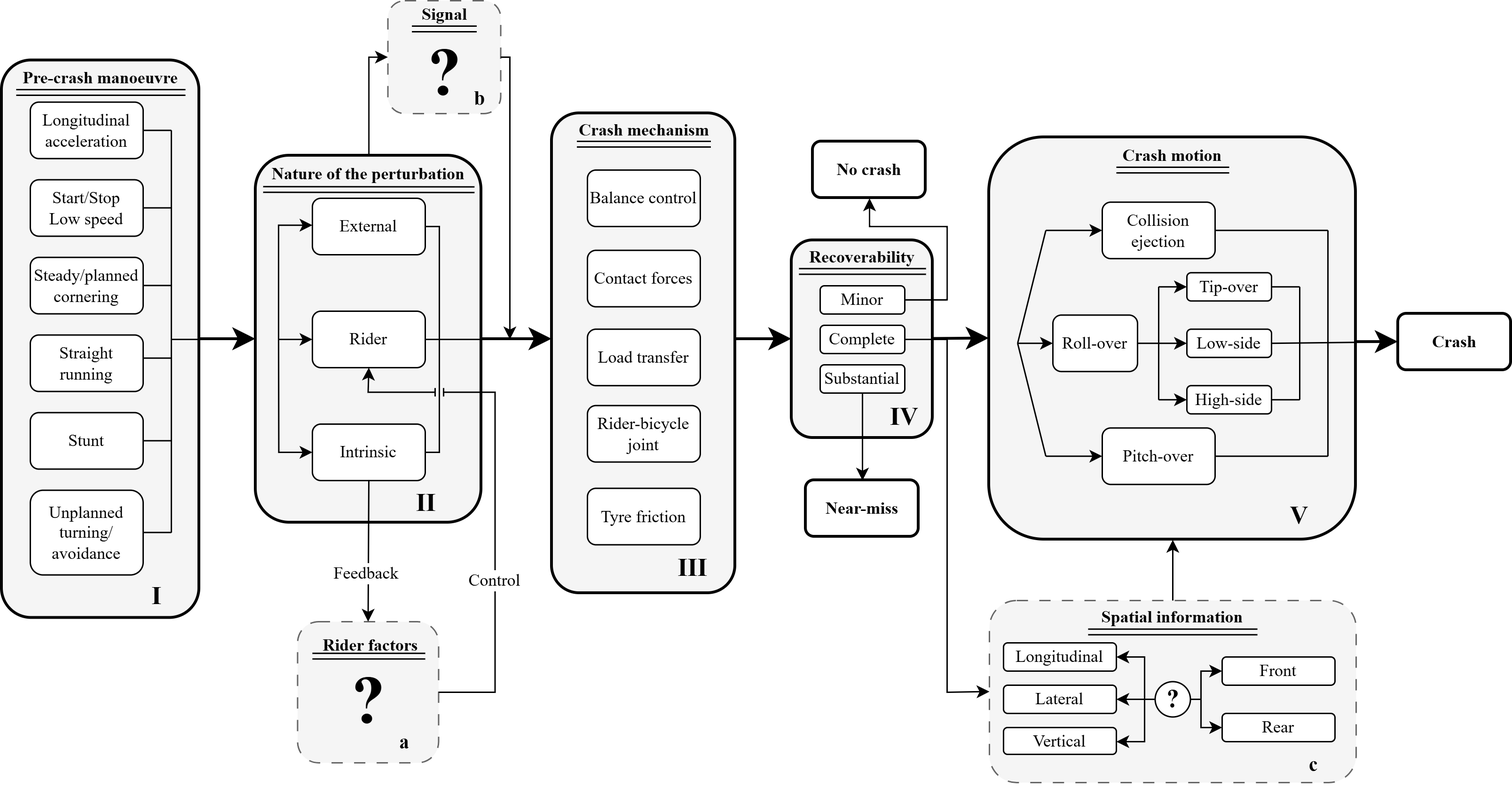
Before: Images/class-mindmap-v13.png, a diagram exported from draw.io (Eimolgon/sequential-scc-classification). Source tidied: cells renumbered, new cells last; positions are measured from the earlier drawing's top-left corner, leaving out a move shared by most shapes.
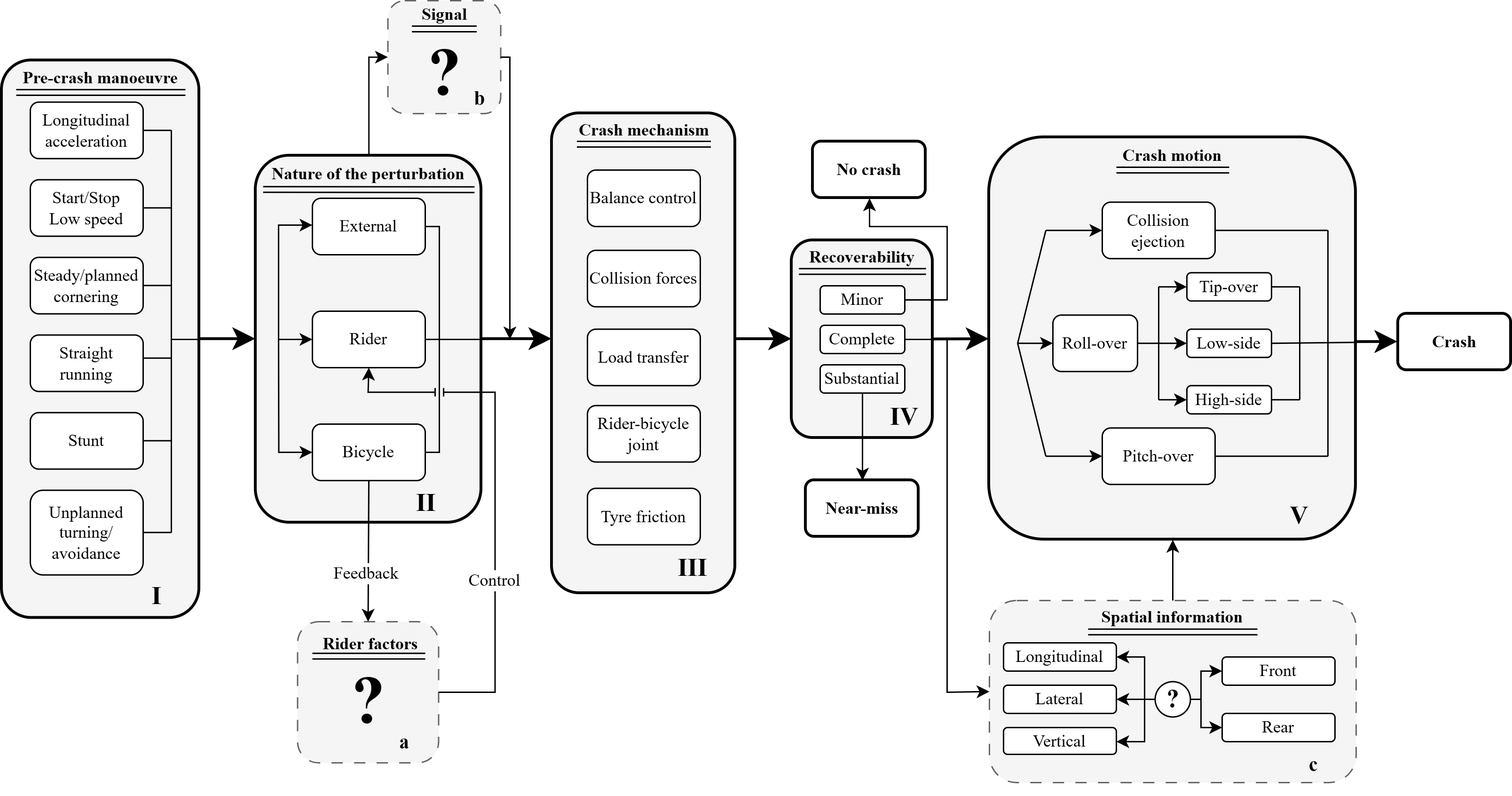
After the change.

Change to the diagram source:
```diff
@@ -32,7 +32,7 @@
     <mxCell id="11" value="&lt;div&gt;Roll-over&lt;/div&gt;" style="rounded=1;whiteSpace=wrap;html=1;fontFamily=Times New Roman;" parent="1" vertex="1">
       <mxGeometry x="745" y="222.8" width="60" height="40" as="geometry" />
     </mxCell>
-    <mxCell id="12" value="&lt;div&gt;Intrinsic&lt;/div&gt;" style="rounded=1;whiteSpace=wrap;html=1;fontFamily=Times New Roman;" parent="1" vertex="1">
+    <mxCell id="12" value="&lt;div&gt;Bicycle&lt;/div&gt;" style="rounded=1;whiteSpace=wrap;html=1;fontFamily=Times New Roman;" parent="1" vertex="1">
       <mxGeometry x="220" y="300" width="80" height="40" as="geometry" />
     </mxCell>
     <mxCell id="13" value="&lt;div&gt;High-side&lt;/div&gt;" style="rounded=1;whiteSpace=wrap;html=1;fontFamily=Times New Roman;" parent="1" vertex="1">
@@ -105,7 +105,7 @@
     <mxCell id="30" value="Tyre friction" style="rounded=1;whiteSpace=wrap;html=1;fontFamily=Times New Roman;" parent="1" vertex="1">
       <mxGeometry x="415" y="345.5" width="80" height="40" as="geometry" />
     </mxCell>
-    <mxCell id="31" value="Contact forces" style="rounded=1;whiteSpace=wrap;html=1;fontFamily=Times New Roman;" parent="1" vertex="1">
+    <mxCell id="31" value="Collision forces" style="rounded=1;whiteSpace=wrap;html=1;fontFamily=Times New Roman;" parent="1" vertex="1">
       <mxGeometry x="415" y="176.9" width="80" height="40" as="geometry" />
     </mxCell>
     <mxCell id="32" value="Rider-bicycle joint" style="rounded=1;whiteSpace=wrap;html=1;fontFamily=Times New Roman;" parent="1" vertex="1">
@@ -222,8 +222,11 @@
         <mxPoint x="920" y="202.8" as="targetPoint" />
       </mxGeometry>
     </mxCell>
-    <mxCell id="58" style="endArrow=classic;html=1;rounded=0;entryX=0;entryY=0.5;entryDx=0;entryDy=0;exitX=1.001;exitY=0.509;exitDx=0;exitDy=0;endSize=10;strokeWidth=2;exitPerimeter=0;" parent="1" edge="1" source="2" target="9">
-      <mxGeometry relative="1" as="geometry" />
+    <mxCell id="58" style="endArrow=classic;html=1;rounded=0;entryX=0;entryY=0.5;entryDx=0;entryDy=0;exitX=1.001;exitY=0.509;exitDx=0;exitDy=0;endSize=10;strokeWidth=2;exitPerimeter=0;" parent="1" edge="1">
+      <mxGeometry relative="1" as="geometry">
+        <mxPoint x="960" y="242" as="sourcePoint" />
+        <mxPoint x="989.7" y="242" as="targetPoint" />
+      </mxGeometry>
     </mxCell>
     <mxCell id="59" style="endArrow=classic;html=1;rounded=0;entryX=0;entryY=0.5;entryDx=0;entryDy=0;" parent="1" edge="1" target="11">
       <mxGeometry relative="1" as="geometry">
@@ -252,9 +255,10 @@
         <mxPoint x="720" y="242.8" as="targetPoint" />
       </mxGeometry>
     </mxCell>
-    <mxCell id="64" style="endArrow=classic;html=1;rounded=0;entryX=0;entryY=0.5;entryDx=0;entryDy=0;endSize=10;strokeWidth=2;" parent="1" edge="1" target="2">
+    <mxCell id="64" style="endArrow=classic;html=1;rounded=0;endSize=10;strokeWidth=2;" parent="1" edge="1">
       <mxGeometry relative="1" as="geometry">
-        <mxPoint x="640" y="240" as="sourcePoint" />
+        <mxPoint x="640" y="240.2" as="sourcePoint" />
+        <mxPoint x="700" y="240" as="targetPoint" />
       </mxGeometry>
     </mxCell>
     <mxCell id="65" style="endArrow=classic;html=1;rounded=0;entryX=0;entryY=0.5;entryDx=0;entryDy=0;" parent="1" edge="1" target="7">
@@ -322,9 +326,13 @@
     <mxCell id="80" style="endArrow=none;html=1;rounded=0;exitX=1;exitY=0.5;exitDx=0;exitDy=0;entryX=1;entryY=0.5;entryDx=0;entryDy=0;" parent="1" edge="1" source="21" target="4">
       <mxGeometry relative="1" as="geometry" />
     </mxCell>
-    <mxCell id="81" style="endArrow=classic;html=1;rounded=0;strokeWidth=2;endSize=10;exitX=1;exitY=0.5;exitDx=0;exitDy=0;" parent="1" edge="1" source="4">
+    <mxCell id="81" style="endArrow=classic;html=1;rounded=0;strokeWidth=2;endSize=10;exitX=1;exitY=0.5;exitDx=0;exitDy=0;" parent="1" edge="1">
       <mxGeometry relative="1" as="geometry">
+        <mxPoint x="340" y="240" as="sourcePoint" />
         <mxPoint x="390" y="240" as="targetPoint" />
+        <Array as="points">
+          <mxPoint x="350" y="240" />
+        </Array>
       </mxGeometry>
     </mxCell>
     <mxCell id="82" style="endArrow=classic;html=1;rounded=0;exitX=1;exitY=0.5;exitDx=0;exitDy=0;" parent="1" edge="1" source="5">
@@ -377,8 +385,11 @@
         <mxPoint x="120" y="376.8" as="targetPoint" />
       </mxGeometry>
     </mxCell>
-    <mxCell id="90" style="endArrow=classic;html=1;rounded=0;entryX=0;entryY=0.5;entryDx=0;entryDy=0;exitX=1;exitY=0.5;exitDx=0;exitDy=0;strokeWidth=2;endSize=10;" parent="1" edge="1" source="3" target="4">
-      <mxGeometry relative="1" as="geometry" />
+    <mxCell id="90" style="endArrow=classic;html=1;rounded=0;entryX=0;entryY=0.5;entryDx=0;entryDy=0;exitX=1;exitY=0.5;exitDx=0;exitDy=0;strokeWidth=2;endSize=10;" parent="1" edge="1">
+      <mxGeometry relative="1" as="geometry">
+        <mxPoint x="140" y="240" as="sourcePoint" />
+        <mxPoint x="180" y="240" as="targetPoint" />
+      </mxGeometry>
     </mxCell>
     <mxCell id="91" style="endArrow=none;html=1;rounded=0;entryX=1;entryY=0.5;entryDx=0;entryDy=0;" parent="1" edge="1" target="3">
       <mxGeometry relative="1" as="geometry">
```
